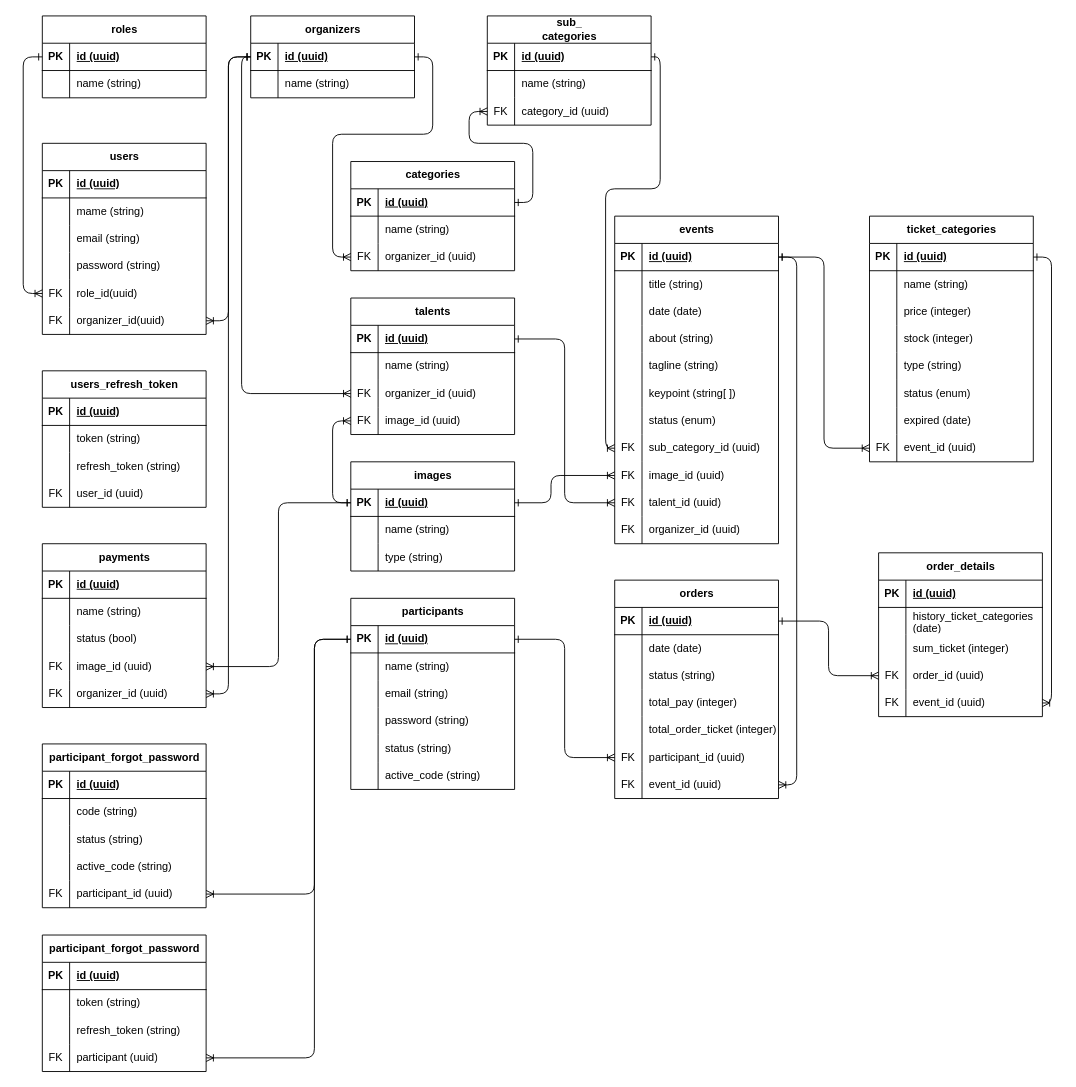
Above: Semina.drawio in Putuagra/Semina (draw.io), before the change. Source tidied: cells renumbered, new cells numbered last; positions are measured from the earlier drawing's top-left corner, leaving out a move shared by most shapes. Both pictures are drawn from the tidied source at 91%, with x=0, y=0 at pixel (23, 15).
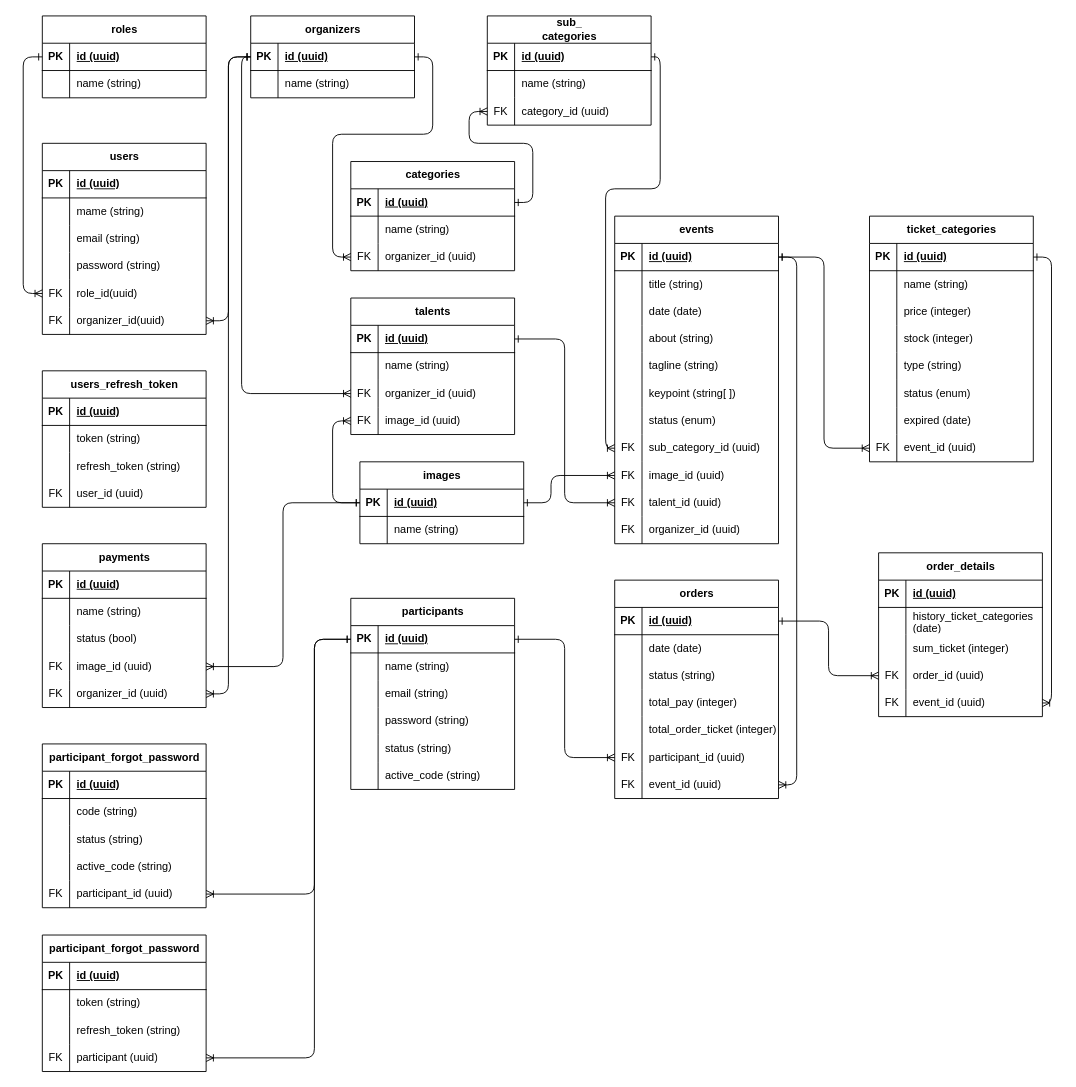
The same page after the edit.

What changed in the source:
```diff
@@
     <mxCell id="86" value="images" style="shape=table;startSize=30;childLayout=tableLayout;rowLines=0;fontStyle=1;align=center;html=1;" parent="1" vertex="1">
-      <mxGeometry x="360" y="490" width="180" height="120" as="geometry" />
+      <mxGeometry x="370" y="490" width="180" height="90" as="geometry" />
     </mxCell>
@@
-    <mxCell id="93" style="shape=tableRow;horizontal=0;startSize=0;swimlaneHead=0;swimlaneBody=0;fillColor=none;top=0;left=0;right=0;bottom=0;" parent="86" vertex="1">
-      <mxGeometry y="90" width="180" height="30" as="geometry" />
-    </mxCell>
-    <mxCell id="94" style="shape=partialRectangle;fillColor=none;top=0;left=0;bottom=0;right=0;overflow=hidden;whiteSpace=wrap;html=1;" parent="93" vertex="1">
-      <mxGeometry width="30" height="30" as="geometry" />
-    </mxCell>
-    <mxCell id="95" value="type (string)" style="shape=partialRectangle;fillColor=none;top=0;left=0;bottom=0;right=0;align=left;spacingLeft=6;overflow=hidden;whiteSpace=wrap;html=1;" parent="93" vertex="1">
-      <mxGeometry x="30" width="150" height="30" as="geometry" />
-    </mxCell>
```
